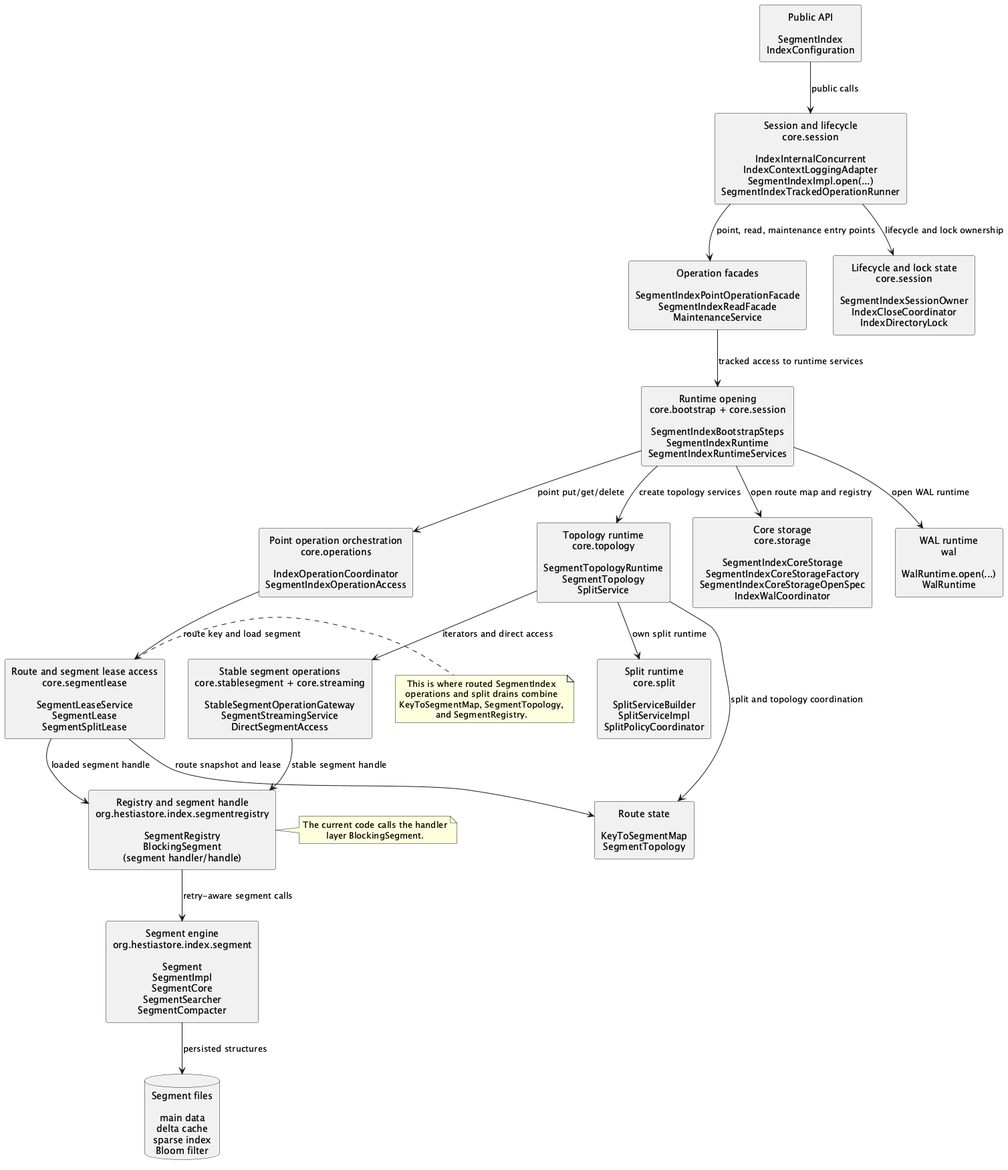
Before: docs/architecture/segmentindex/images/implementation-layers.png, a diagram exported from PlantUML (jajir/HestiaStore).
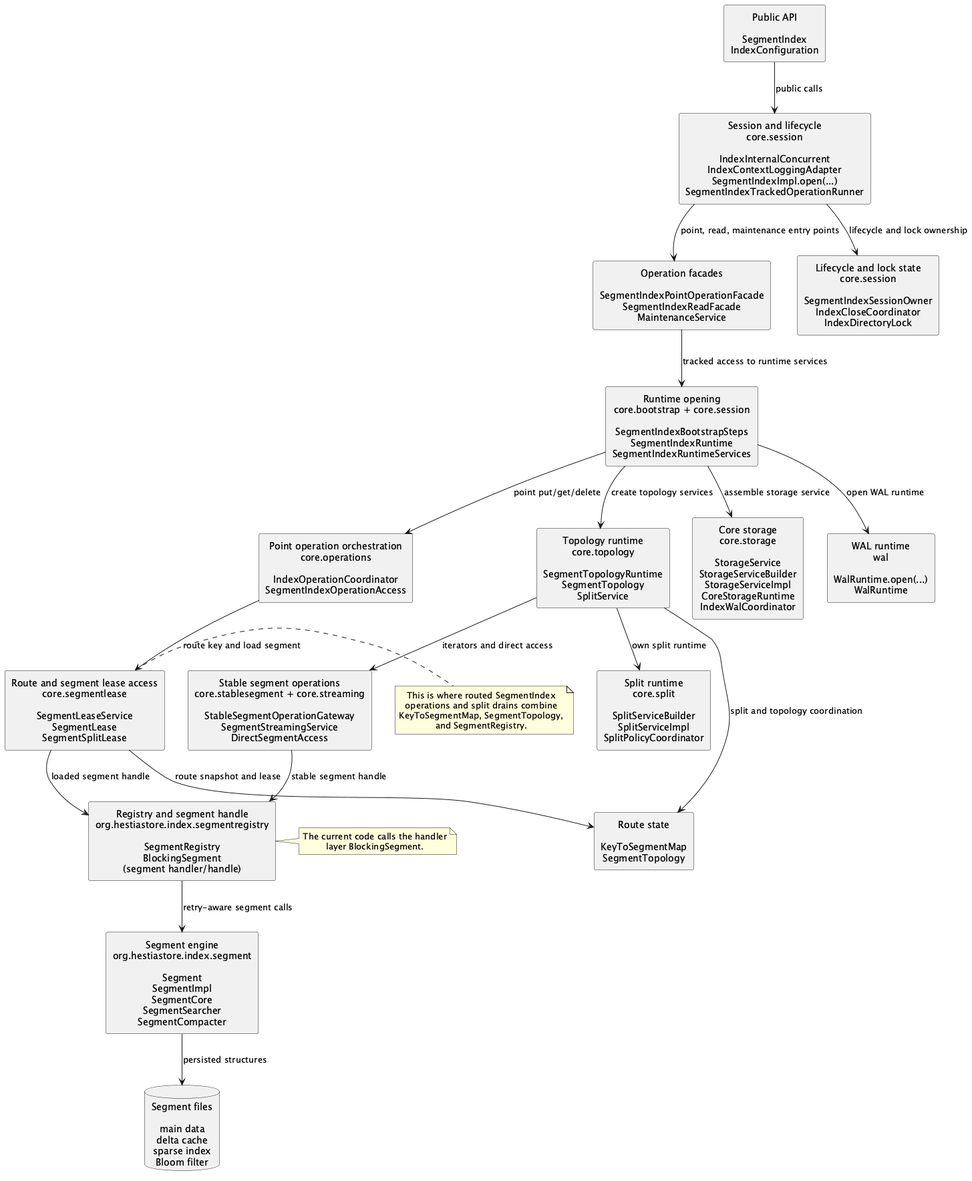
Above is the later version.

Change to the diagram source:
```diff
@@ -16,7 +16,7 @@
 
 component "Topology runtime\ncore.topology\n\nSegmentTopologyRuntime\nSegmentTopology\nSplitService" as TOPOLOGY_RUNTIME
 
-component "Core storage\ncore.storage\n\nSegmentIndexCoreStorage\nSegmentIndexCoreStorageFactory\nSegmentIndexCoreStorageOpenSpec\nIndexWalCoordinator" as CORE_STORAGE
+component "Core storage\ncore.storage\n\nStorageService\nStorageServiceBuilder\nStorageServiceImpl\nCoreStorageRuntime\nIndexWalCoordinator" as CORE_STORAGE
 
 component "Split runtime\ncore.split\n\nSplitServiceBuilder\nSplitServiceImpl\nSplitPolicyCoordinator" as SPLIT_RUNTIME
 
@@ -40,7 +40,7 @@
 SESSION --> SESSION_STATE : lifecycle and lock ownership
 SESSION --> FACADES : point, read, maintenance entry points
 FACADES --> RUNTIME : tracked access to runtime services
-RUNTIME --> CORE_STORAGE : open route map and registry
+RUNTIME --> CORE_STORAGE : assemble storage service
 RUNTIME --> TOPOLOGY_RUNTIME : create topology services
 TOPOLOGY_RUNTIME --> SPLIT_RUNTIME : own split runtime
 RUNTIME --> WAL_RUNTIME : open WAL runtime
```
